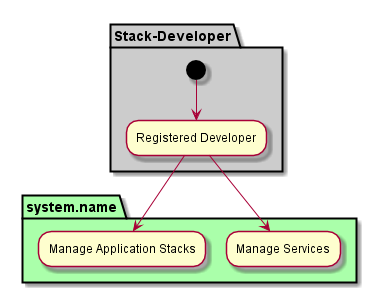
This is docs/Actors/Stack-Developer/Activity.png from CAADE/ADC, a PlantUML export, as it was before one commit.
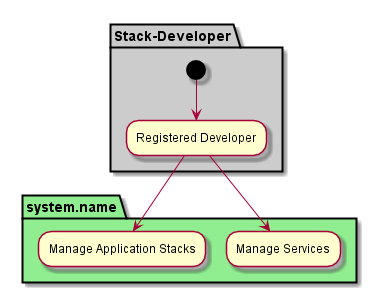
Later version of the same file.

The edit, as a diff of the source:
```diff
@@ -5,7 +5,7 @@
   (*) --> "Registered Developer"
 }
 
-partition "system.name" #aaffaa {
+partition "system.name" #lightgreen {
   "Registered Developer" --> "Manage Services"
   "Registered Developer" --> "Manage Application Stacks"
 }
```
